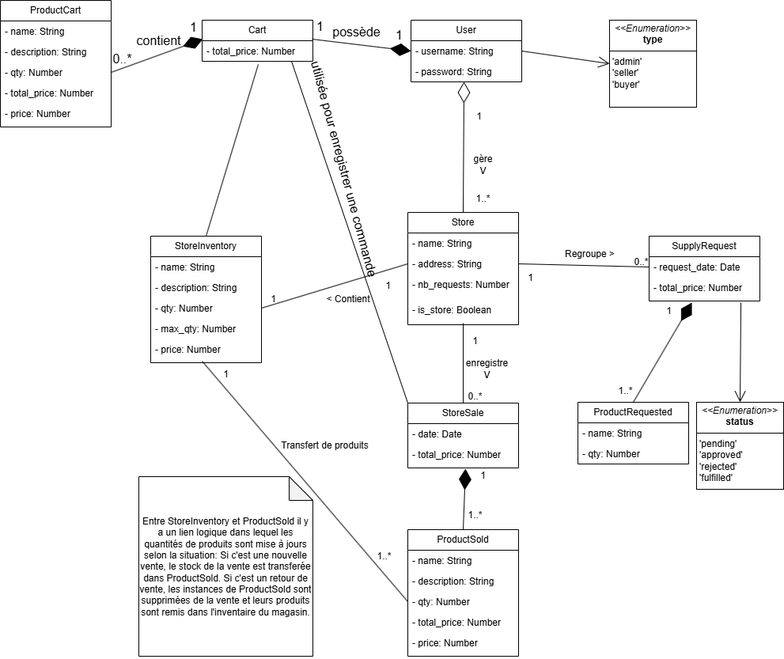
The draw.io diagram docs/UML/diag_vue_logique.drawio.png in PraMaks/LOG430_Labo_0, before a commit. Source tidied: cells renumbered, new cells last; positions are measured from the earlier drawing's top-left corner, leaving out a move shared by most shapes.
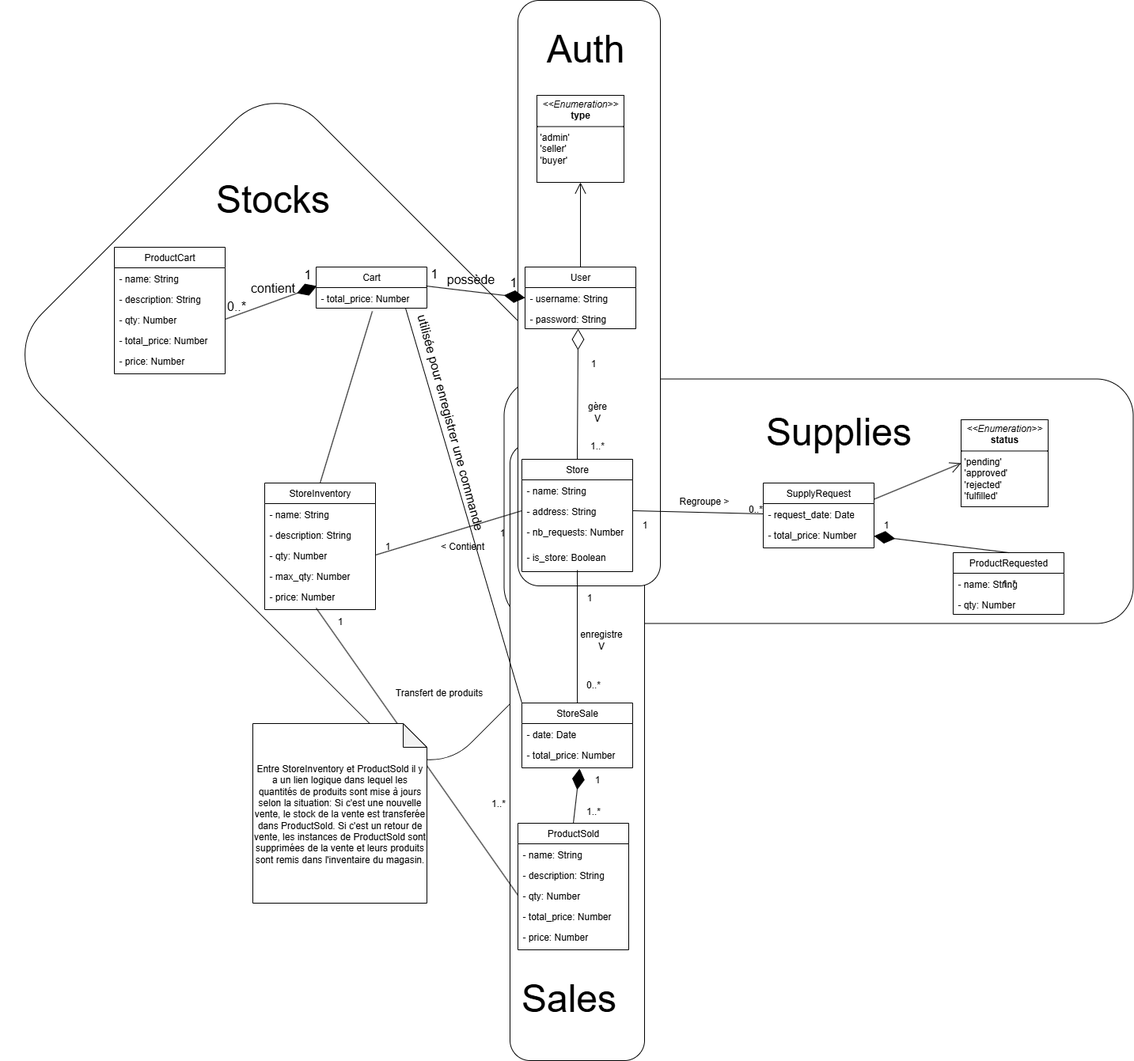
The same diagram one commit later.

The edit, as a diff of the source:
```diff
@@ -2,6 +2,18 @@
   <root>
     <mxCell id="0" />
     <mxCell id="1" parent="0" />
+    <mxCell id="81" style="rounded=1;whiteSpace=wrap;html=1;rotation=45;strokeColor=light-dark(#000000,#FF0000);" parent="1" vertex="1">
+      <mxGeometry x="-81.7" y="-13.3" width="767" height="492.4" as="geometry" />
+    </mxCell>
+    <mxCell id="82" style="rounded=1;whiteSpace=wrap;html=1;strokeColor=light-dark(#000000,#3333FF);" parent="1" vertex="1">
+      <mxGeometry x="492.5" y="166.5" width="795" height="309" as="geometry" />
+    </mxCell>
+    <mxCell id="83" style="rounded=1;whiteSpace=wrap;html=1;strokeColor=light-dark(#000000,#CCCC00);" parent="1" vertex="1">
+      <mxGeometry x="500" y="248" width="170" height="780" as="geometry" />
+    </mxCell>
+    <mxCell id="84" style="rounded=1;whiteSpace=wrap;html=1;strokeColor=light-dark(#000000,#00FF00);" parent="1" vertex="1">
+      <mxGeometry x="510" y="-312" width="180" height="740" as="geometry" />
+    </mxCell>
     <mxCell id="2" value="Store" style="swimlane;fontStyle=0;horizontal=1;startSize=26;fillColor=none;whiteSpace=wrap;html=1;" parent="1" vertex="1">
       <mxGeometry x="515" y="268" width="140" height="142" as="geometry" />
     </mxCell>
@@ -36,7 +48,7 @@
       <mxGeometry y="130" width="140" height="30" as="geometry" />
     </mxCell>
     <mxCell id="13" value="ProductSold" style="swimlane;fontStyle=0;horizontal=1;startSize=26;fillColor=none;whiteSpace=wrap;html=1;" parent="1" vertex="1">
-      <mxGeometry x="515" y="669" width="140" height="160" as="geometry" />
+      <mxGeometry x="510" y="728" width="140" height="160" as="geometry" />
     </mxCell>
     <mxCell id="14" value="- name: String" style="text;strokeColor=none;fillColor=none;align=left;verticalAlign=top;spacingLeft=4;spacingRight=4;overflow=hidden;whiteSpace=wrap;html=1;" parent="13" vertex="1">
       <mxGeometry y="26" width="140" height="26" as="geometry" />
@@ -54,7 +66,7 @@
       <mxGeometry y="130" width="140" height="30" as="geometry" />
     </mxCell>
     <mxCell id="19" value="StoreSale" style="swimlane;fontStyle=0;horizontal=1;startSize=26;fillColor=none;whiteSpace=wrap;html=1;" parent="1" vertex="1">
-      <mxGeometry x="515" y="509" width="140" height="82" as="geometry" />
+      <mxGeometry x="515" y="576" width="140" height="82" as="geometry" />
     </mxCell>
     <mxCell id="20" value="- date: Date" style="text;strokeColor=none;fillColor=none;align=left;verticalAlign=top;spacingLeft=4;spacingRight=4;overflow=hidden;whiteSpace=wrap;html=1;" parent="19" vertex="1">
       <mxGeometry y="26" width="140" height="26" as="geometry" />
@@ -72,10 +84,10 @@
       <mxGeometry y="52" width="140" height="30" as="geometry" />
     </mxCell>
     <mxCell id="25" value="&lt;p style=&quot;margin:0px;margin-top:4px;text-align:center;&quot;&gt;&lt;i&gt;&amp;lt;&amp;lt;Enumeration&amp;gt;&amp;gt;&lt;/i&gt;&lt;br&gt;&lt;b&gt;status&lt;/b&gt;&lt;/p&gt;&lt;hr size=&quot;1&quot; style=&quot;border-style:solid;&quot;&gt;&lt;p style=&quot;margin:0px;margin-left:4px;&quot;&gt;'pending'&lt;/p&gt;&lt;p style=&quot;margin:0px;margin-left:4px;&quot;&gt;'approved'&lt;/p&gt;&lt;p style=&quot;margin:0px;margin-left:4px;&quot;&gt;'rejected'&lt;/p&gt;&lt;p style=&quot;margin:0px;margin-left:4px;&quot;&gt;'fulfilled'&lt;/p&gt;" style="verticalAlign=top;align=left;overflow=fill;html=1;whiteSpace=wrap;" parent="1" vertex="1">
-      <mxGeometry x="880" y="508" width="110" height="110" as="geometry" />
+      <mxGeometry x="1070" y="218" width="110" height="110" as="geometry" />
     </mxCell>
     <mxCell id="26" value="ProductRequested" style="swimlane;fontStyle=0;horizontal=1;startSize=26;fillColor=none;whiteSpace=wrap;html=1;" parent="1" vertex="1">
-      <mxGeometry x="730" y="508" width="140" height="78" as="geometry" />
+      <mxGeometry x="1060" y="386" width="140" height="78" as="geometry" />
     </mxCell>
     <mxCell id="27" value="- name: String" style="text;strokeColor=none;fillColor=none;align=left;verticalAlign=top;spacingLeft=4;spacingRight=4;overflow=hidden;whiteSpace=wrap;html=1;" parent="26" vertex="1">
       <mxGeometry y="26" width="140" height="26" as="geometry" />
@@ -83,26 +95,26 @@
     <mxCell id="28" value="- qty: Number" style="text;strokeColor=none;fillColor=none;align=left;verticalAlign=top;spacingLeft=4;spacingRight=4;overflow=hidden;whiteSpace=wrap;html=1;" parent="26" vertex="1">
       <mxGeometry y="52" width="140" height="26" as="geometry" />
     </mxCell>
-    <mxCell id="29" style="endArrow=open;endFill=1;endSize=12;html=1;rounded=0;exitX=0.829;exitY=1.067;exitDx=0;exitDy=0;entryX=0.5;entryY=0;entryDx=0;entryDy=0;exitPerimeter=0;" parent="1" edge="1" source="24" target="25">
+    <mxCell id="29" style="endArrow=open;endFill=1;endSize=12;html=1;rounded=0;exitX=1;exitY=0.25;exitDx=0;exitDy=0;entryX=0;entryY=0.5;entryDx=0;entryDy=0;" parent="1" edge="1" source="22" target="25">
       <mxGeometry relative="1" as="geometry" />
     </mxCell>
-    <mxCell id="30" style="endArrow=diamondThin;endFill=1;endSize=24;html=1;rounded=0;entryX=0.386;entryY=1.067;entryDx=0;entryDy=0;entryPerimeter=0;exitX=0.5;exitY=0;exitDx=0;exitDy=0;" parent="1" edge="1" source="26" target="24">
+    <mxCell id="30" style="endArrow=diamondThin;endFill=1;endSize=24;html=1;rounded=0;entryX=1;entryY=0.5;entryDx=0;entryDy=0;exitX=0.5;exitY=0;exitDx=0;exitDy=0;" parent="1" edge="1" source="26" target="24">
       <mxGeometry relative="1" as="geometry" />
     </mxCell>
     <mxCell id="31" style="endArrow=diamondThin;endFill=1;endSize=24;html=1;rounded=0;entryX=0.521;entryY=1.033;entryDx=0;entryDy=0;entryPerimeter=0;exitX=0.5;exitY=0;exitDx=0;exitDy=0;" parent="1" edge="1" source="13" target="21">
       <mxGeometry relative="1" as="geometry" />
     </mxCell>
     <mxCell id="32" value="1" style="text;html=1;align=center;verticalAlign=middle;strokeColor=none;fillColor=none;" parent="1" vertex="1">
-      <mxGeometry x="595" y="586" width="30" height="30" as="geometry" />
+      <mxGeometry x="595" y="658" width="30" height="30" as="geometry" />
     </mxCell>
     <mxCell id="33" value="1..*" style="text;html=1;align=center;verticalAlign=middle;strokeColor=none;fillColor=none;" parent="1" vertex="1">
-      <mxGeometry x="580" y="636" width="40" height="30" as="geometry" />
+      <mxGeometry x="585" y="698" width="40" height="30" as="geometry" />
     </mxCell>
     <mxCell id="34" value="1" style="text;html=1;align=center;verticalAlign=middle;strokeColor=none;fillColor=none;" parent="1" vertex="1">
-      <mxGeometry x="830" y="378" width="30" height="30" as="geometry" />
+      <mxGeometry x="960" y="336" width="30" height="30" as="geometry" />
     </mxCell>
     <mxCell id="35" value="1..*" style="text;html=1;align=center;verticalAlign=middle;strokeColor=none;fillColor=none;" parent="1" vertex="1">
-      <mxGeometry x="770" y="479" width="40" height="30" as="geometry" />
+      <mxGeometry x="1110" y="410" width="40" height="30" as="geometry" />
     </mxCell>
     <mxCell id="36" style="endArrow=none;html=1;rounded=0;entryX=0;entryY=0.5;entryDx=0;entryDy=0;exitX=1;exitY=0.5;exitDx=0;exitDy=0;" parent="1" edge="1" source="10" target="4">
       <mxGeometry relative="1" as="geometry" />
@@ -120,13 +132,13 @@
       <mxGeometry x="655" y="336" width="30" height="30" as="geometry" />
     </mxCell>
     <mxCell id="41" value="1" style="text;html=1;align=center;verticalAlign=middle;strokeColor=none;fillColor=none;" parent="1" vertex="1">
-      <mxGeometry x="585" y="416" width="30" height="30" as="geometry" />
+      <mxGeometry x="585" y="428" width="30" height="30" as="geometry" />
     </mxCell>
     <mxCell id="42" value="1" style="text;html=1;align=center;verticalAlign=middle;strokeColor=none;fillColor=none;" parent="1" vertex="1">
       <mxGeometry x="330" y="363" width="30" height="30" as="geometry" />
     </mxCell>
     <mxCell id="43" value="0..*" style="text;html=1;align=center;verticalAlign=middle;strokeColor=none;fillColor=none;" parent="1" vertex="1">
-      <mxGeometry x="580" y="486" width="40" height="30" as="geometry" />
+      <mxGeometry x="585" y="538" width="40" height="30" as="geometry" />
     </mxCell>
     <mxCell id="44" value="0..*" style="text;html=1;align=center;verticalAlign=middle;strokeColor=none;fillColor=none;" parent="1" vertex="1">
       <mxGeometry x="790" y="316" width="40" height="30" as="geometry" />
@@ -134,9 +146,6 @@
     <mxCell id="45" value="&amp;lt; Contient" style="text;html=1;align=center;verticalAlign=middle;whiteSpace=wrap;rounded=0;" parent="1" vertex="1">
       <mxGeometry x="410" y="363" width="60" height="30" as="geometry" />
     </mxCell>
-    <mxCell id="46" value="enregistre&lt;br&gt;V" style="text;html=1;align=center;verticalAlign=middle;strokeColor=none;fillColor=none;" parent="1" vertex="1">
-      <mxGeometry x="575" y="446" width="80" height="40" as="geometry" />
-    </mxCell>
     <mxCell id="47" value="Regroupe &amp;gt;" style="text;html=1;align=center;verticalAlign=middle;strokeColor=none;fillColor=none;" parent="1" vertex="1">
       <mxGeometry x="700" y="306" width="90" height="30" as="geometry" />
     </mxCell>
@@ -177,9 +186,9 @@
       <mxGeometry x="585" y="188" width="50" height="40" as="geometry" />
     </mxCell>
     <mxCell id="60" value="&lt;p style=&quot;margin:0px;margin-top:4px;text-align:center;&quot;&gt;&lt;i&gt;&amp;lt;&amp;lt;Enumeration&amp;gt;&amp;gt;&lt;/i&gt;&lt;br&gt;&lt;b&gt;type&lt;/b&gt;&lt;/p&gt;&lt;hr size=&quot;1&quot; style=&quot;border-style:solid;&quot;&gt;&lt;p style=&quot;margin:0px;margin-left:4px;&quot;&gt;'admin'&lt;/p&gt;&lt;p style=&quot;margin:0px;margin-left:4px;&quot;&gt;'seller'&lt;/p&gt;&lt;p style=&quot;margin:0px;margin-left:4px;&quot;&gt;'buyer'&lt;/p&gt;" style="verticalAlign=top;align=left;overflow=fill;html=1;whiteSpace=wrap;" parent="1" vertex="1">
-      <mxGeometry x="770" y="25" width="110" height="110" as="geometry" />
+      <mxGeometry x="534" y="-192" width="110" height="110" as="geometry" />
     </mxCell>
-    <mxCell id="61" style="endArrow=open;endFill=1;endSize=12;html=1;rounded=0;exitX=1;exitY=0.5;exitDx=0;exitDy=0;entryX=0;entryY=0.5;entryDx=0;entryDy=0;" parent="1" edge="1" source="54" target="60">
+    <mxCell id="61" style="endArrow=open;endFill=1;endSize=12;html=1;rounded=0;exitX=0.5;exitY=0;exitDx=0;exitDy=0;entryX=0.5;entryY=1;entryDx=0;entryDy=0;" parent="1" edge="1" source="53" target="60">
       <mxGeometry relative="1" as="geometry" />
     </mxCell>
     <mxCell id="62" value="Cart" style="swimlane;fontStyle=0;horizontal=1;startSize=26;fillColor=none;whiteSpace=wrap;html=1;" parent="1" vertex="1">
@@ -237,7 +246,22 @@
       <mxGeometry relative="1" as="geometry" />
     </mxCell>
     <mxCell id="80" value="utilisée pour enregistrer une commande" style="text;html=1;align=center;verticalAlign=middle;strokeColor=none;fillColor=none;fontSize=16;rotation=75;" parent="1" vertex="1">
-      <mxGeometry x="280" y="198" width="310" height="30" as="geometry" />
+      <mxGeometry x="270" y="206" width="310" height="30" as="geometry" />
     </mxCell>
+    <mxCell id="46" value="enregistre&lt;br&gt;V" style="text;html=1;align=center;verticalAlign=middle;strokeColor=none;fillColor=none;" parent="1" vertex="1">
+      <mxGeometry x="575" y="475.5" width="80" height="40" as="geometry" />
+    </mxCell>
+    <mxCell id="85" value="&lt;font style=&quot;font-size: 48px;&quot;&gt;Stocks&lt;/font&gt;" style="text;html=1;align=center;verticalAlign=middle;strokeColor=none;fillColor=none;" parent="1" vertex="1">
+      <mxGeometry x="115" y="-102" width="170" height="82" as="geometry" />
+    </mxCell>
+    <mxCell id="86" value="&lt;font style=&quot;font-size: 48px;&quot;&gt;Auth&lt;/font&gt;" style="text;html=1;align=center;verticalAlign=middle;strokeColor=none;fillColor=none;" parent="1" vertex="1">
+      <mxGeometry x="510" y="-292" width="170" height="82" as="geometry" />
+    </mxCell>
+    <mxCell id="87" value="&lt;font style=&quot;font-size: 48px;&quot;&gt;Supplies&lt;/font&gt;" style="text;html=1;align=center;verticalAlign=middle;strokeColor=none;fillColor=none;" parent="1" vertex="1">
+      <mxGeometry x="830" y="191.9" width="170" height="82" as="geometry" />
+    </mxCell>
+    <mxCell id="88" value="&lt;font style=&quot;font-size: 48px;&quot;&gt;Sales&lt;/font&gt;" style="text;html=1;align=center;verticalAlign=middle;strokeColor=none;fillColor=none;" parent="1" vertex="1">
+      <mxGeometry x="489" y="908" width="170" height="82" as="geometry" />
+    </mxCell>
   </root>
 </mxGraphModel>
```
